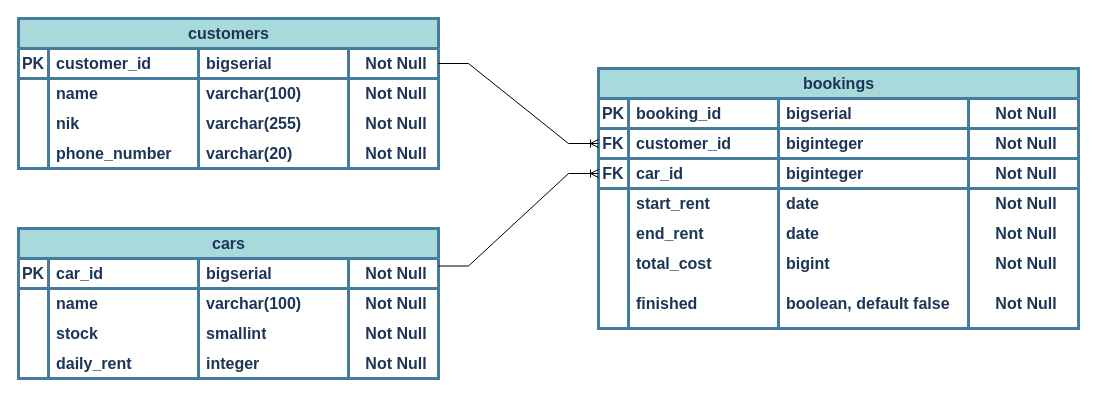
This is page "V1" (1 of 2) of erd_car_rental_v1.drawio from DevisArya/car-rental, a draw.io file, before an edit. Source tidied: cells renumbered, new cells numbered last; positions are measured from the earlier drawing's top-left corner, leaving out a move shared by most shapes. Both pictures are drawn from the tidied source at 100%, with x=0, y=0 at pixel (18, 18).
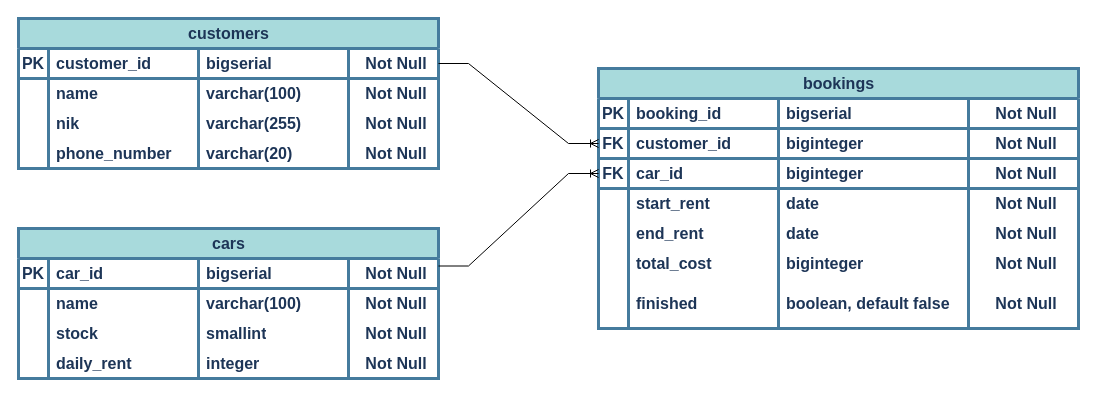
The same page after the edit.

The change refers to these unchanged cells:
```xml
<mxCell id="49" style="shape=tableRow;horizontal=0;startSize=0;swimlaneHead=0;swimlaneBody=0;fillColor=none;top=0;left=0;right=0;bottom=0;labelBackgroundColor=none;strokeColor=#457B9D;fontColor=#1D3557;strokeWidth=3;fontSize=16;fontStyle=1;" parent="23" vertex="1">
  <mxGeometry y="180" width="480" height="30" as="geometry" />
</mxCell>
```

The edit, as a diff of the source:
```diff
@@
-    <mxCell id="52" value="bigint" style="shape=partialRectangle;fillColor=none;top=0;left=0;bottom=0;right=0;align=left;spacingLeft=6;overflow=hidden;whiteSpace=wrap;html=1;labelBackgroundColor=none;strokeColor=#457B9D;fontColor=#1D3557;strokeWidth=3;fontSize=16;fontStyle=1;" parent="49" vertex="1">
+    <mxCell id="52" value="biginteger" style="shape=partialRectangle;fillColor=none;top=0;left=0;bottom=0;right=0;align=left;spacingLeft=6;overflow=hidden;whiteSpace=wrap;html=1;labelBackgroundColor=none;strokeColor=#457B9D;fontColor=#1D3557;strokeWidth=3;fontSize=16;fontStyle=1;" parent="49" vertex="1">
       <mxGeometry x="180" width="190" height="30" as="geometry" />
     </mxCell>
```
